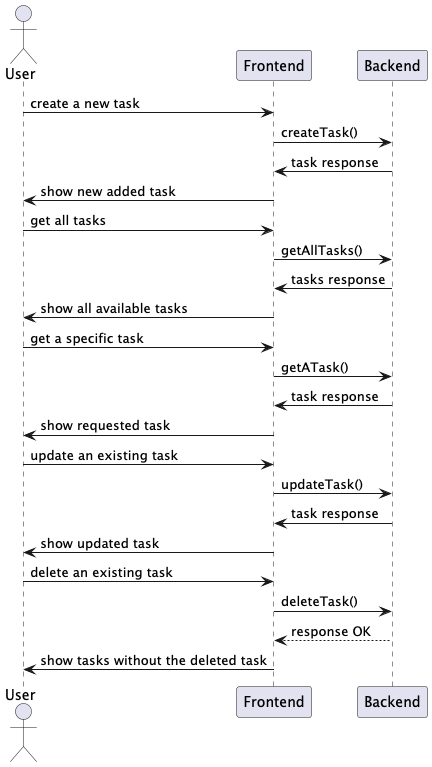
Before: backend/docs/sequence-task-management.png, a diagram exported from PlantUML (dsrednicki/associate-architect-coding-challenge-hai).
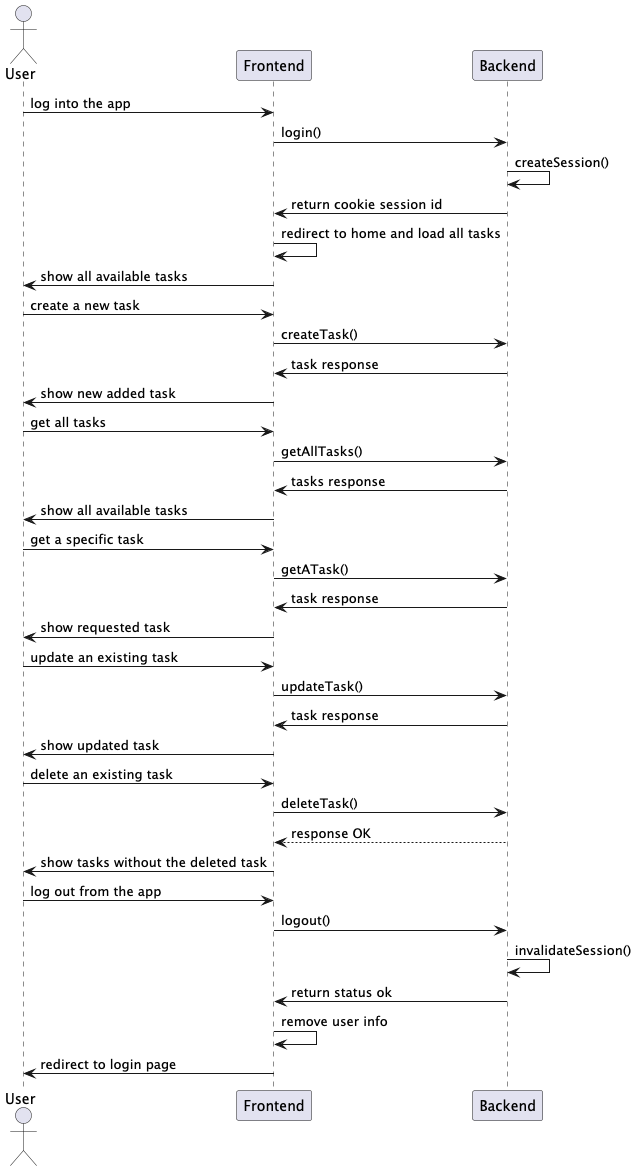
Above is the later version.

The edit, as a diff of the source:
```diff
@@ -1,6 +1,13 @@
 @startuml
 
 actor User as u
+
+u -> Frontend: log into the app
+Frontend -> Backend: login()
+Backend -> Backend: createSession()
+Frontend <- Backend: return cookie session id
+Frontend -> Frontend: redirect to home and load all tasks
+u <- Frontend: show all available tasks
 
 u -> Frontend: create a new task
 Frontend -> Backend: createTask()
@@ -27,4 +34,11 @@
 Frontend <-- Backend: response OK
 u <- Frontend: show tasks without the deleted task
 
+u -> Frontend: log out from the app
+Frontend -> Backend: logout()
+Backend -> Backend: invalidateSession()
+Frontend <- Backend: return status ok
+Frontend -> Frontend: remove user info
+u <- Frontend: redirect to login page
+
 @enduml
```
